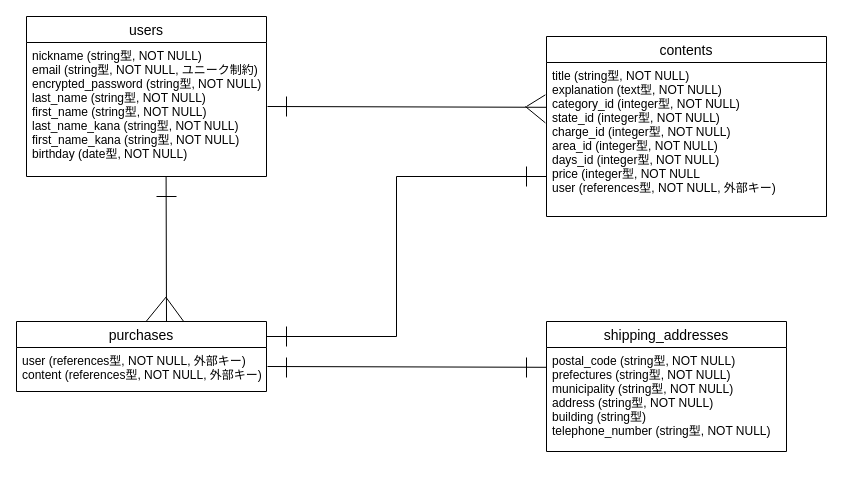
volleyboo/furima-37823 keeps this draw.io diagram as ER図.dio. Above is the earlier version. Source tidied: cells renumbered, new cells numbered last; positions are measured from the earlier drawing's top-left corner, leaving out a move shared by most shapes. Both pictures are drawn from the tidied source at 100%, with x=0, y=0 at pixel (16, 16).
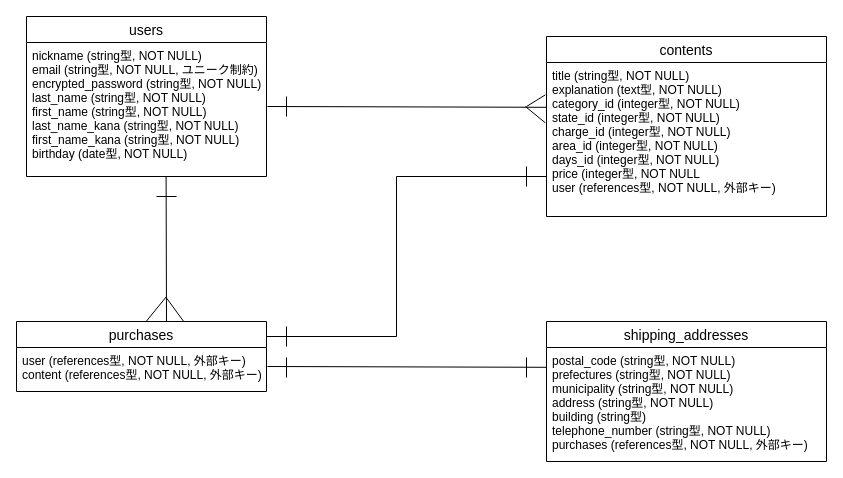
Above is the later version.

Commit message (it also covers changes not shown here):
DB設計（修正５）コードレビュー後

Change to the diagram source:
```diff
@@
     <mxCell id="8" value="shipping_addresses" style="swimlane;fontStyle=0;horizontal=1;startSize=26;align=center;fontSize=14;" parent="1" vertex="1">
-      <mxGeometry x="530" y="305" width="240" height="130" as="geometry" />
+      <mxGeometry x="530" y="305" width="280" height="140" as="geometry" />
     </mxCell>
-    <mxCell id="9" value="postal_code (string型, NOT NULL)&#10;prefectures (string型, NOT NULL)&#10;municipality (string型, NOT NULL)&#10;address (string型, NOT NULL)&#10;building (string型)&#10;telephone_number (string型, NOT NULL)&#10;" style="text;strokeColor=none;fillColor=none;spacingLeft=4;spacingRight=4;overflow=hidden;fontSize=12;" parent="8" vertex="1">
-      <mxGeometry y="26" width="240" height="104" as="geometry" />
+    <mxCell id="9" value="postal_code (string型, NOT NULL)&#10;prefectures (string型, NOT NULL)&#10;municipality (string型, NOT NULL)&#10;address (string型, NOT NULL)&#10;building (string型)&#10;telephone_number (string型, NOT NULL)&#10;purchases (references型, NOT NULL, 外部キー)&#10;" style="text;strokeColor=none;fillColor=none;spacingLeft=4;spacingRight=4;overflow=hidden;fontSize=12;" parent="8" vertex="1">
+      <mxGeometry y="26" width="280" height="114" as="geometry" />
     </mxCell>
```
